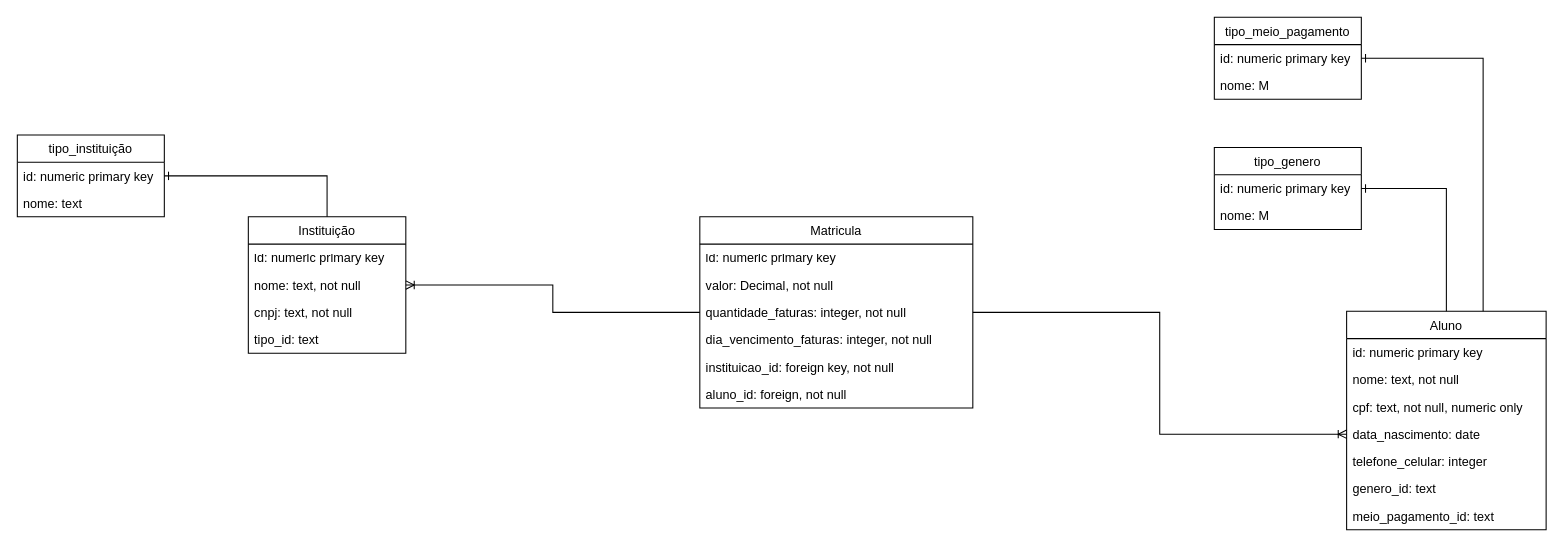
DanielSalis/QUERO_Bilinho_Api keeps this draw.io diagram as DatabaseDiagram.drawio. Above is the earlier version. Source tidied: cells renumbered, new cells numbered last; positions are measured from the earlier drawing's top-left corner, leaving out a move shared by most shapes. Both pictures are drawn from the tidied source at 105%, with x=0, y=0 at pixel (17, 17).
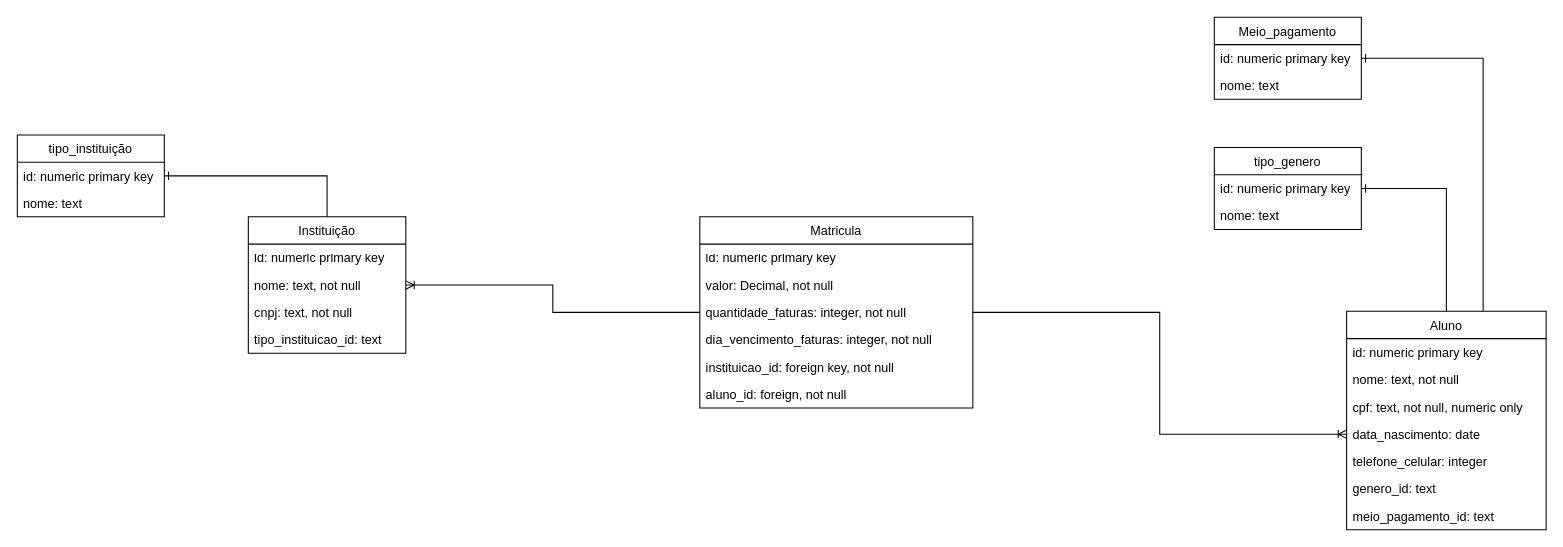
Above is the later version.

Commit message:
changing database model

Unchanged cells that the change refers to:
```xml
<mxCell id="3" value="Instituição" style="swimlane;fontStyle=0;horizontal=1;startSize=26;fillColor=none;" parent="1" vertex="1">
  <mxGeometry x="220" y="190" width="150" height="130" as="geometry" />
</mxCell>
<mxCell id="21" value="tipo_genero" style="swimlane;fontStyle=0;horizontal=1;startSize=26;fillColor=none;" parent="1" vertex="1">
  <mxGeometry x="1140" y="124" width="140" height="78" as="geometry" />
</mxCell>
```

The edit, as a diff of the source:
```diff
@@
-    <mxCell id="7" value="tipo_id: text" style="text;strokeColor=none;fillColor=none;align=left;verticalAlign=top;spacingLeft=4;spacingRight=4;overflow=hidden;" parent="3" vertex="1">
+    <mxCell id="7" value="tipo_instituicao_id: text" style="text;strokeColor=none;fillColor=none;align=left;verticalAlign=top;spacingLeft=4;spacingRight=4;overflow=hidden;" parent="3" vertex="1">
       <mxGeometry y="104" width="150" height="26" as="geometry" />
     </mxCell>
@@
-    <mxCell id="23" value="nome: M" style="text;strokeColor=none;fillColor=none;align=left;verticalAlign=top;spacingLeft=4;spacingRight=4;overflow=hidden;" parent="21" vertex="1">
+    <mxCell id="23" value="nome: text" style="text;strokeColor=none;fillColor=none;align=left;verticalAlign=top;spacingLeft=4;spacingRight=4;overflow=hidden;" parent="21" vertex="1">
       <mxGeometry y="52" width="140" height="26" as="geometry" />
     </mxCell>
-    <mxCell id="24" value="tipo_meio_pagamento" style="swimlane;fontStyle=0;horizontal=1;startSize=26;fillColor=none;" parent="1" vertex="1">
+    <mxCell id="24" value="Meio_pagamento" style="swimlane;fontStyle=0;horizontal=1;startSize=26;fillColor=none;" parent="1" vertex="1">
       <mxGeometry x="1140" width="140" height="78" as="geometry" />
     </mxCell>
@@
-    <mxCell id="26" value="nome: M" style="text;strokeColor=none;fillColor=none;align=left;verticalAlign=top;spacingLeft=4;spacingRight=4;overflow=hidden;" parent="24" vertex="1">
+    <mxCell id="26" value="nome: text" style="text;strokeColor=none;fillColor=none;align=left;verticalAlign=top;spacingLeft=4;spacingRight=4;overflow=hidden;" parent="24" vertex="1">
       <mxGeometry y="52" width="140" height="26" as="geometry" />
     </mxCell>
```
